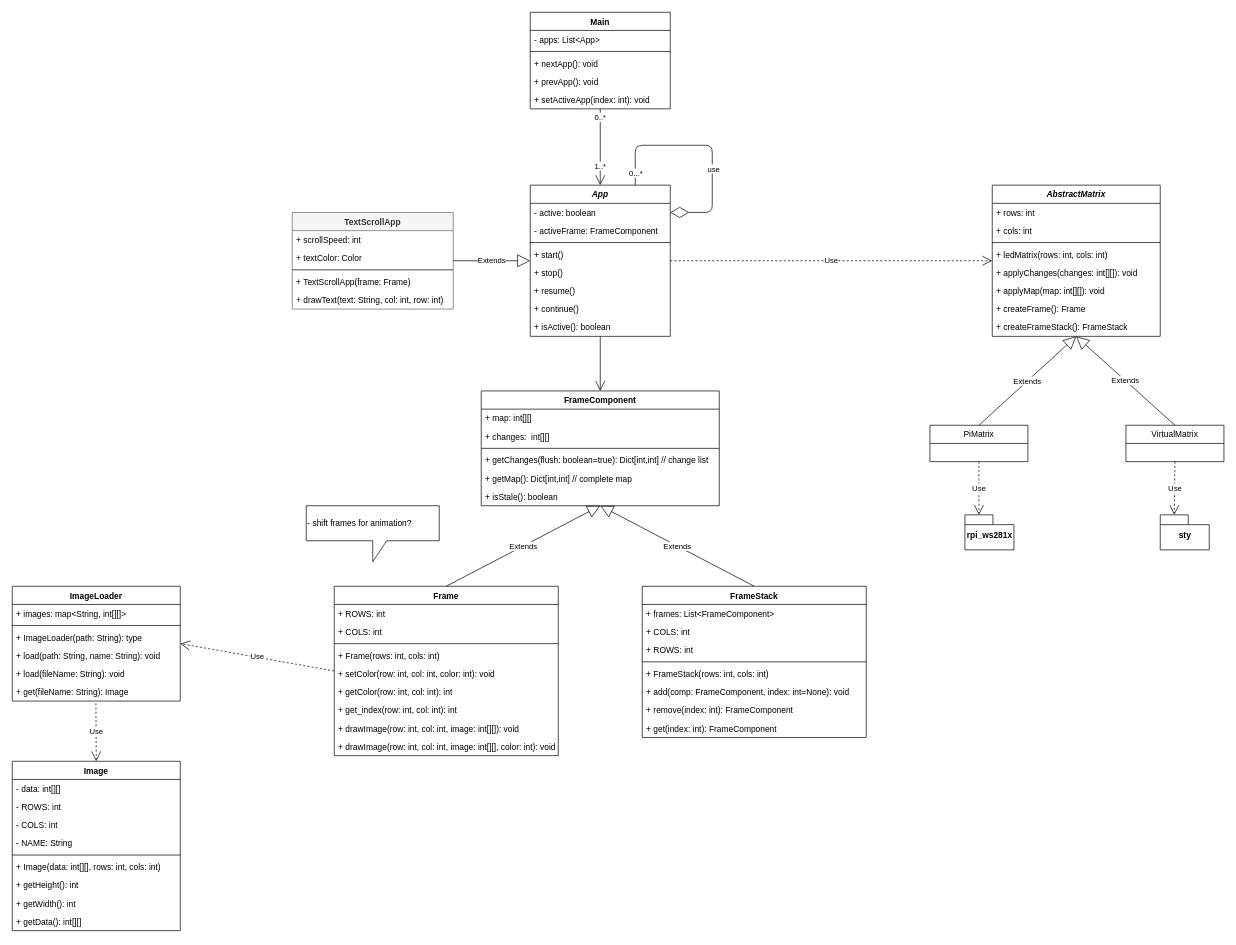
This is sketches/class_diagram.drawio from Noperabovi/python_ledbox, a draw.io file, before an edit. Source tidied: cells renumbered, new cells numbered last; positions are measured from the earlier drawing's top-left corner, leaving out a move shared by most shapes. Both pictures are drawn from the tidied source at 70%, with x=0, y=0 at pixel (12, 12).
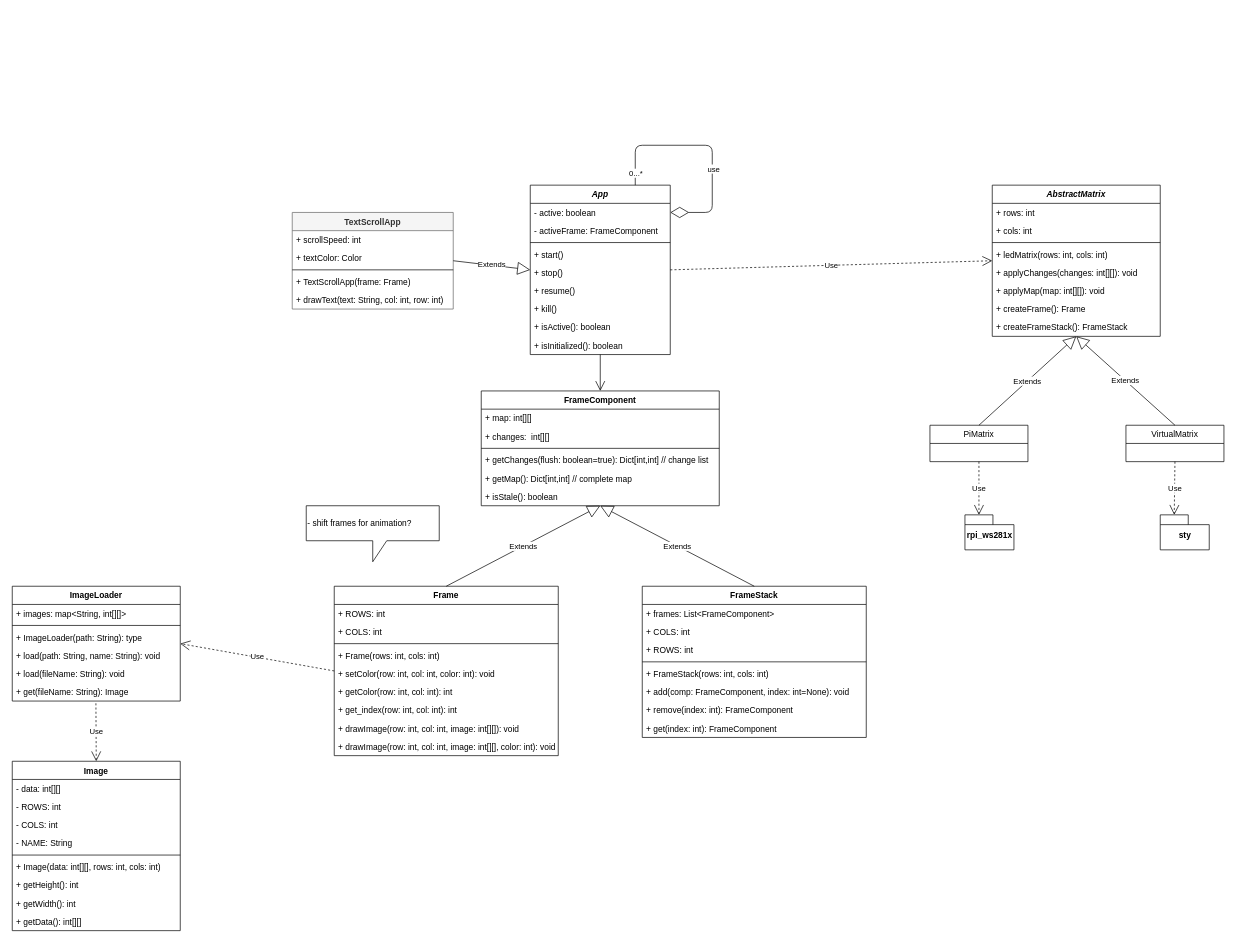
The same diagram, later.

Commit message (it also covers changes not shown here):
add abstract class "App"  - change AbstractMatrix and tests to Matrix  - remove main class from diagram (will be replaced by higher level app)

What changed in the source:
```diff
@@
     <mxCell id="30" value="App" style="swimlane;fontStyle=3;align=center;verticalAlign=top;horizontal=1;startSize=26;fontColor=#000000;" parent="1" vertex="1">
-      <mxGeometry x="740" y="247" width="200" height="216" as="geometry" />
+      <mxGeometry x="740" y="247" width="200" height="242" as="geometry" />
     </mxCell>
@@
-    <mxCell id="37" value="+ continue()" style="text;strokeColor=none;fillColor=none;align=left;verticalAlign=top;spacingLeft=4;spacingRight=4;overflow=hidden;" parent="30" vertex="1">
+    <mxCell id="37" value="+ kill()" style="text;strokeColor=none;fillColor=none;align=left;verticalAlign=top;spacingLeft=4;spacingRight=4;overflow=hidden;" parent="30" vertex="1">
       <mxGeometry y="164" width="200" height="26" as="geometry" />
     </mxCell>
@@
+    <mxCell id="96" value="+ isInitialized(): boolean" style="text;strokeColor=none;fillColor=none;align=left;verticalAlign=top;spacingLeft=4;spacingRight=4;overflow=hidden;" parent="30" vertex="1">
+      <mxGeometry y="216" width="200" height="26" as="geometry" />
+    </mxCell>
@@
-    <mxCell id="43" value="Main" style="swimlane;fontStyle=1;align=center;verticalAlign=top;horizontal=1;startSize=26;fontColor=#000000;" parent="1" vertex="1">
-      <mxGeometry x="740" width="200" height="138" as="geometry" />
-    </mxCell>
-    <mxCell id="44" value="- apps: List&lt;App&gt;" style="text;strokeColor=none;fillColor=none;align=left;verticalAlign=top;spacingLeft=4;spacingRight=4;overflow=hidden;" parent="43" vertex="1">
-      <mxGeometry y="26" width="200" height="26" as="geometry" />
-    </mxCell>
-    <mxCell id="45" style="line;strokeWidth=1;fillColor=none;align=left;verticalAlign=middle;spacingTop=-1;spacingLeft=3;spacingRight=3;labelPosition=right;" parent="43" vertex="1">
-      <mxGeometry y="52" width="200" height="8" as="geometry" />
-    </mxCell>
-    <mxCell id="46" value="+ nextApp(): void" style="text;strokeColor=none;fillColor=none;align=left;verticalAlign=top;spacingLeft=4;spacingRight=4;overflow=hidden;" parent="43" vertex="1">
-      <mxGeometry y="60" width="200" height="26" as="geometry" />
-    </mxCell>
-    <mxCell id="47" value="+ prevApp(): void" style="text;strokeColor=none;fillColor=none;align=left;verticalAlign=top;spacingLeft=4;spacingRight=4;overflow=hidden;" parent="43" vertex="1">
-      <mxGeometry y="86" width="200" height="26" as="geometry" />
-    </mxCell>
-    <mxCell id="48" value="+ setActiveApp(index: int): void" style="text;strokeColor=none;fillColor=none;align=left;verticalAlign=top;spacingLeft=4;spacingRight=4;overflow=hidden;" parent="43" vertex="1">
-      <mxGeometry y="112" width="200" height="26" as="geometry" />
-    </mxCell>
-    <mxCell id="49" value="1..*" style="endArrow=open;endFill=1;endSize=12;html=1;fontColor=#000000;entryX=0.5;entryY=0;entryDx=0;entryDy=0;exitX=0.5;exitY=1;exitDx=0;exitDy=0;" parent="1" edge="1" source="43" target="30">
-      <mxGeometry x="0.5" relative="1" as="geometry" />
-    </mxCell>
-    <mxCell id="50" value="0..*" style="edgeLabel;html=1;align=center;verticalAlign=middle;" parent="49" vertex="1">
-      <mxGeometry x="-0.8" y="-1" relative="1" as="geometry" />
-    </mxCell>
```
